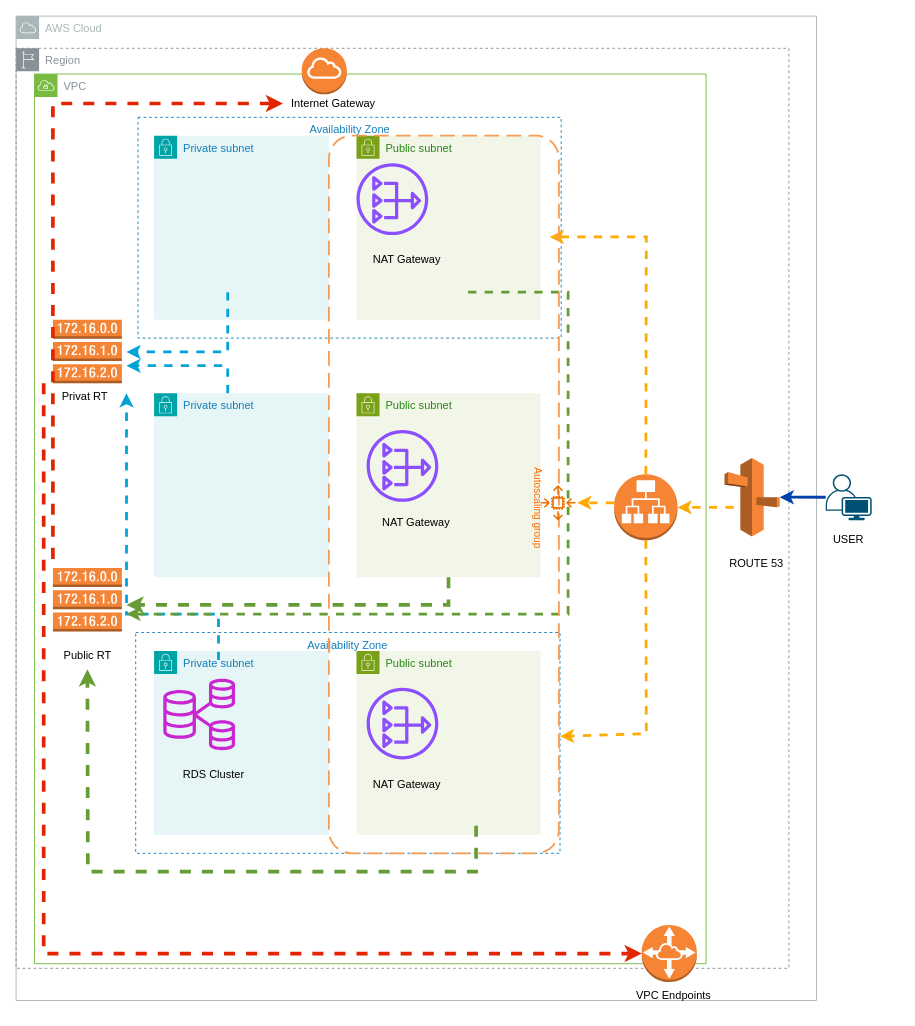
freyac777/New keeps this draw.io diagram as Untitled Diagram.drawio. Above is the earlier version. Source tidied: cells renumbered, new cells numbered last; positions are measured from the earlier drawing's top-left corner, leaving out a move shared by most shapes. Both pictures are drawn from the tidied source at 92%, with x=0, y=0 at pixel (16, 16).
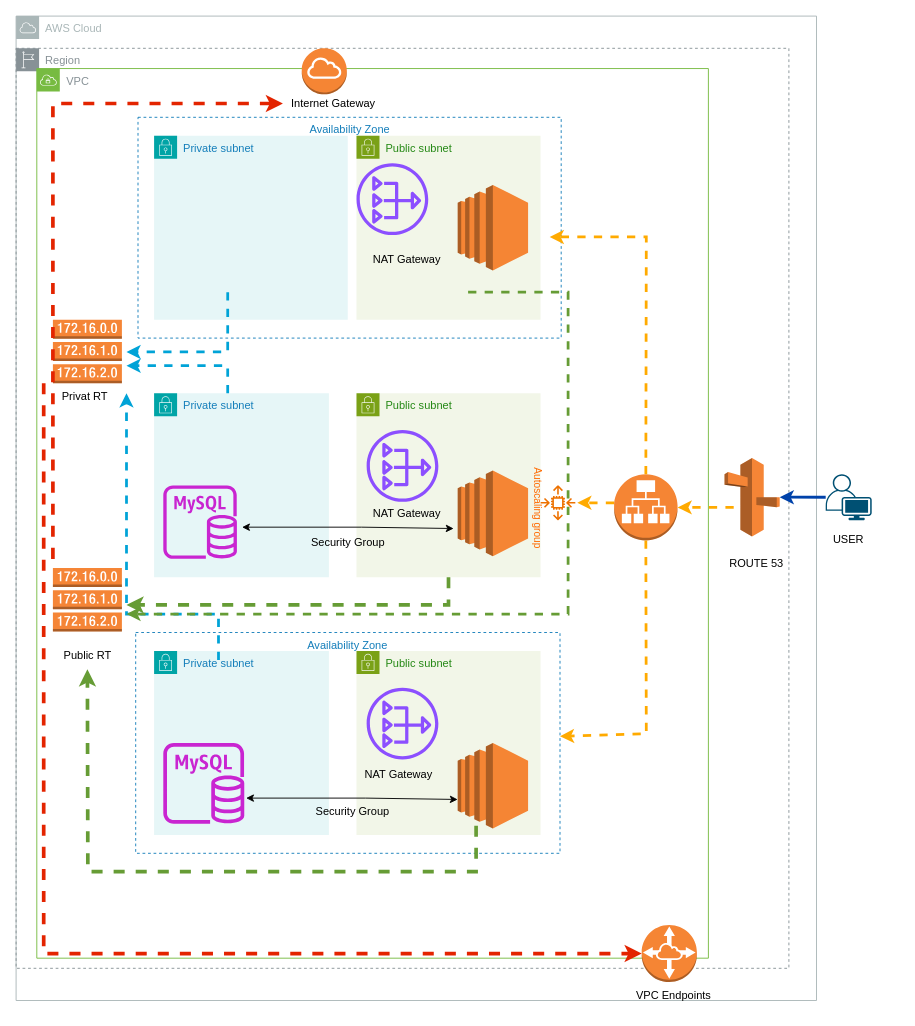
The same diagram, later.

The change refers to these unchanged cells:
```xml
<mxCell id="18" value="Private subnet" style="gradientColor=none;html=1;whiteSpace=wrap;fontSize=12;fontStyle=0;shape=mxgraph.aws4.group;grIcon=mxgraph.aws4.group_security_group;grStroke=0;strokeColor=#00A4A6;fillColor=#E6F6F7;verticalAlign=top;align=left;spacingLeft=30;fontColor=#147EBA;dashed=0;" parent="1" vertex="1">
  <mxGeometry x="150" y="410" width="190" height="200" as="geometry" />
</mxCell>
<mxCell id="19" value="Private subnet" style="gradientColor=none;html=1;whiteSpace=wrap;fontSize=12;fontStyle=0;shape=mxgraph.aws4.group;grIcon=mxgraph.aws4.group_security_group;grStroke=0;strokeColor=#00A4A6;fillColor=#E6F6F7;verticalAlign=top;align=left;spacingLeft=30;fontColor=#147EBA;dashed=0;" parent="1" vertex="1">
  <mxGeometry x="150" y="690" width="190" height="200" as="geometry" />
</mxCell>
<mxCell id="21" value="Public subnet" style="points=[[0,0],[0.25,0],[0.5,0],[0.75,0],[1,0],[1,0.25],[1,0.5],[1,0.75],[1,1],[0.75,1],[0.5,1],[0.25,1],[0,1],[0,0.75],[0,0.5],[0,0.25]];outlineConnect=0;gradientColor=none;html=1;whiteSpace=wrap;fontSize=12;fontStyle=0;shape=mxgraph.aws4.group;grIcon=mxgraph.aws4.group_security_group;grStroke=0;strokeColor=#7AA116;fillColor=#F2F6E8;verticalAlign=top;align=left;spacingLeft=30;fontColor=#248814;dashed=0;" parent="1" vertex="1">
  <mxGeometry x="370" y="410" width="200" height="200" as="geometry" />
</mxCell>
<mxCell id="23" value="Public subnet" style="gradientColor=none;html=1;whiteSpace=wrap;fontSize=12;fontStyle=0;shape=mxgraph.aws4.group;grIcon=mxgraph.aws4.group_security_group;grStroke=0;strokeColor=#7AA116;fillColor=#F2F6E8;verticalAlign=top;align=left;spacingLeft=30;fontColor=#248814;dashed=0;" parent="1" vertex="1">
  <mxGeometry x="370" y="690" width="200" height="200" as="geometry" />
</mxCell>
```

The edit, as a diff of the source:
```diff
@@
     <mxCell id="4" value="VPC" style="sketch=0;gradientColor=none;html=1;whiteSpace=wrap;fontSize=12;fontStyle=0;shape=mxgraph.aws4.group;grIcon=mxgraph.aws4.group_vpc;strokeColor=#77bb41;fillColor=none;verticalAlign=top;align=left;spacingLeft=30;fontColor=#879196;dashed=0;" parent="1" vertex="1">
-      <mxGeometry x="20" y="63" width="730" height="967" as="geometry" />
+      <mxGeometry x="22.5" y="57" width="730" height="967" as="geometry" />
     </mxCell>
@@
     <mxCell id="17" value="Private subnet" style="gradientColor=none;html=1;whiteSpace=wrap;fontSize=12;fontStyle=0;shape=mxgraph.aws4.group;grIcon=mxgraph.aws4.group_security_group;grStroke=0;strokeColor=#00A4A6;fillColor=#E6F6F7;verticalAlign=top;align=left;spacingLeft=30;fontColor=#147EBA;dashed=0;" parent="1" vertex="1">
-      <mxGeometry x="150" y="130" width="190" height="200" as="geometry" />
+      <mxGeometry x="150" y="130" width="210.5" height="200" as="geometry" />
     </mxCell>
@@
+    <mxCell id="50" style="sketch=0;fontColor=#232F3E;gradientColor=none;fillColor=#C925D1;strokeColor=none;dashed=0;verticalLabelPosition=bottom;verticalAlign=top;align=center;html=1;fontSize=12;fontStyle=0;shape=mxgraph.aws4.rds_mysql_instance;" parent="18" vertex="1">
+      <mxGeometry x="10" y="100" width="80" height="80" as="geometry" />
+    </mxCell>
@@
+    <mxCell id="51" style="sketch=0;fontColor=#232F3E;gradientColor=none;fillColor=#C925D1;strokeColor=none;dashed=0;verticalLabelPosition=bottom;verticalAlign=top;align=center;html=1;fontSize=12;fontStyle=0;shape=mxgraph.aws4.rds_mysql_instance;" parent="19" vertex="1">
+      <mxGeometry x="10" y="100" width="88" height="88" as="geometry" />
+    </mxCell>
@@
     <mxCell id="22" value="NAT Gateway" style="text;html=1;align=center;verticalAlign=middle;whiteSpace=wrap;rounded=0;" parent="21" vertex="1">
-      <mxGeometry x="10" y="125.8" width="110" height="30" as="geometry" />
+      <mxGeometry y="115.5" width="110" height="30" as="geometry" />
     </mxCell>
+    <mxCell id="52" style="html=1;labelBackgroundColor=#ffffff;startArrow=classic;startFill=1;startSize=6;endArrow=classic;endFill=1;endSize=6;jettySize=auto;orthogonalLoop=1;strokeWidth=1;fontSize=14;rounded=0;exitX=0;exitY=0.79;exitDx=0;exitDy=0;exitPerimeter=0;" parent="21" edge="1">
+      <mxGeometry relative="1" as="geometry">
+        <mxPoint x="105.6" y="147" as="sourcePoint" />
+        <mxPoint x="-124.4" y="145.5" as="targetPoint" />
+        <Array as="points">
+          <mxPoint x="5.6" y="145.5" />
+        </Array>
+      </mxGeometry>
+    </mxCell>
@@
+    <mxCell id="53" style="dashed=0;verticalLabelPosition=bottom;verticalAlign=top;align=center;html=1;shape=mxgraph.aws3.ec2;fillColor=#F58534;gradientColor=none;" parent="23" vertex="1">
+      <mxGeometry x="110" y="100" width="76.5" height="93" as="geometry" />
+    </mxCell>
@@
     <mxCell id="41" value="NAT Gateway" style="text;html=1;align=center;verticalAlign=middle;whiteSpace=wrap;rounded=0;" parent="1" vertex="1">
-      <mxGeometry x="370" y="820" width="110" height="30" as="geometry" />
+      <mxGeometry x="360.5" y="810" width="110" height="30" as="geometry" />
     </mxCell>
@@
-    <mxCell id="45" style="rounded=1;arcSize=10;dashed=1;strokeColor=#F59D56;fillColor=none;gradientColor=none;dashPattern=8 4;strokeWidth=2;" parent="1" vertex="1">
-      <mxGeometry x="340" y="130" width="250" height="780" as="geometry" />
-    </mxCell>
@@
-    <mxCell id="48" style="sketch=0;fontColor=#232F3E;gradientColor=none;fillColor=#C925D1;strokeColor=none;dashed=0;verticalLabelPosition=bottom;verticalAlign=top;align=center;html=1;fontSize=12;fontStyle=0;shape=mxgraph.aws4.rds_multi_az_db_cluster;" parent="1" vertex="1">
-      <mxGeometry x="160" y="720" width="78" height="78" as="geometry" />
-    </mxCell>
-    <mxCell id="49" value="RDS Cluster" style="text;html=1;align=center;verticalAlign=middle;whiteSpace=wrap;rounded=0;" parent="1" vertex="1">
-      <mxGeometry x="160" y="810" width="110" height="30" as="geometry" />
-    </mxCell>
+    <mxCell id="54" style="dashed=0;verticalLabelPosition=bottom;verticalAlign=top;align=center;html=1;shape=mxgraph.aws3.ec2;fillColor=#F58534;gradientColor=none;" parent="1" vertex="1">
+      <mxGeometry x="480" y="183.5" width="76.5" height="93" as="geometry" />
+    </mxCell>
+    <mxCell id="55" style="dashed=0;verticalLabelPosition=bottom;verticalAlign=top;align=center;html=1;shape=mxgraph.aws3.ec2;fillColor=#F58534;gradientColor=none;" parent="1" vertex="1">
+      <mxGeometry x="480" y="494" width="76.5" height="93" as="geometry" />
+    </mxCell>
+    <mxCell id="56" value="Security Group" style="text;html=1;align=center;verticalAlign=middle;whiteSpace=wrap;rounded=0;" parent="1" vertex="1">
+      <mxGeometry x="305.6" y="557" width="110" height="30" as="geometry" />
+    </mxCell>
+    <mxCell id="57" style="html=1;labelBackgroundColor=#ffffff;startArrow=classic;startFill=1;startSize=6;endArrow=classic;endFill=1;endSize=6;jettySize=auto;orthogonalLoop=1;strokeWidth=1;fontSize=14;rounded=0;exitX=0;exitY=0.79;exitDx=0;exitDy=0;exitPerimeter=0;" parent="1" edge="1">
+      <mxGeometry relative="1" as="geometry">
+        <mxPoint x="480" y="851.5" as="sourcePoint" />
+        <mxPoint x="250" y="850" as="targetPoint" />
+        <Array as="points">
+          <mxPoint x="380" y="850" />
+        </Array>
+      </mxGeometry>
+    </mxCell>
+    <mxCell id="58" value="Security Group" style="text;html=1;align=center;verticalAlign=middle;whiteSpace=wrap;rounded=0;" parent="1" vertex="1">
+      <mxGeometry x="310.5" y="850" width="110" height="30" as="geometry" />
+    </mxCell>
```
